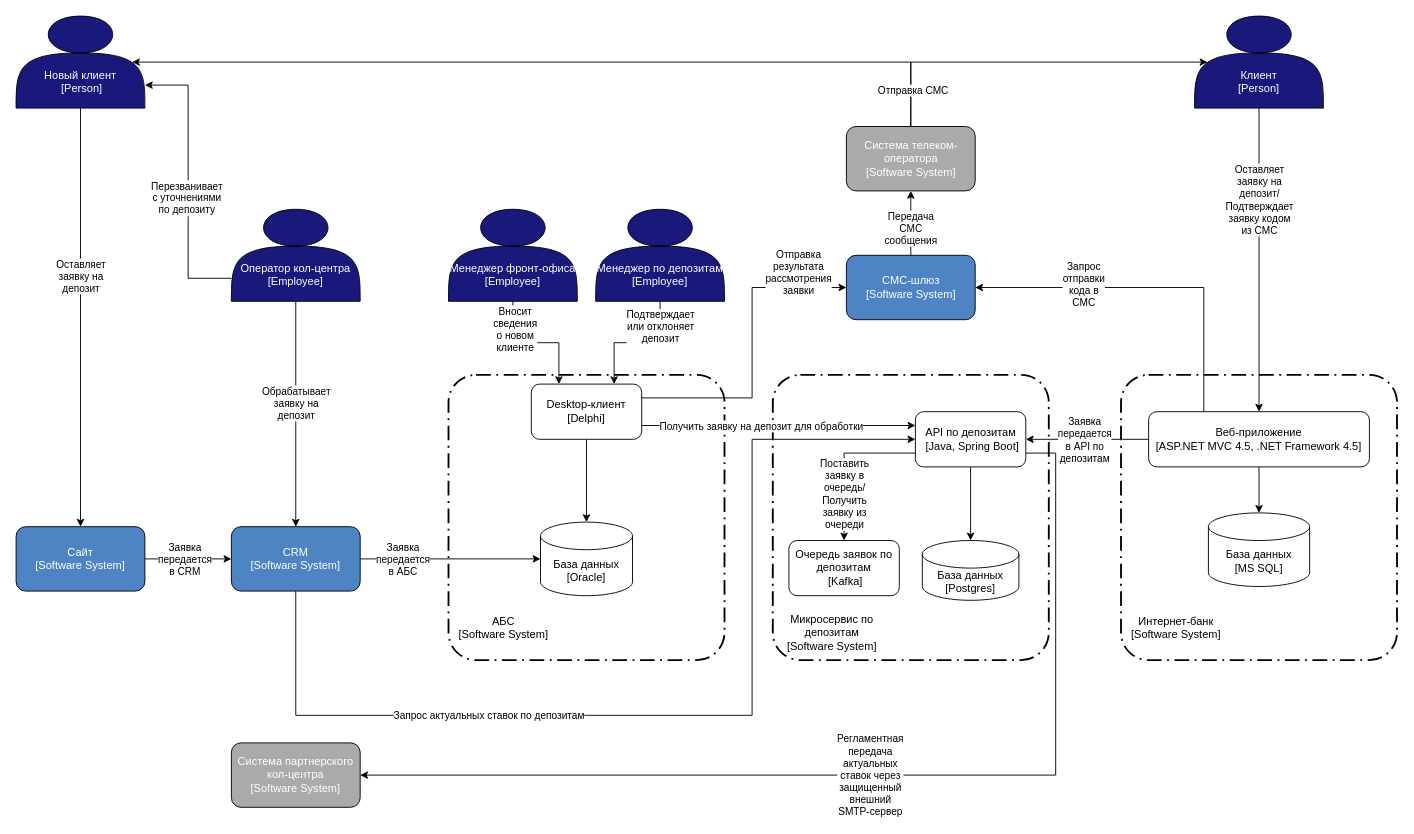
Earlier version of the draw.io diagram Task4/C4Container.drawio (kelwar/architecture-standart). Source tidied: cells renumbered, new cells numbered last; positions are measured from the earlier drawing's top-left corner, leaving out a move shared by most shapes. Both pictures are drawn from the tidied source at 92%, with x=0, y=0 at pixel (16, 16).
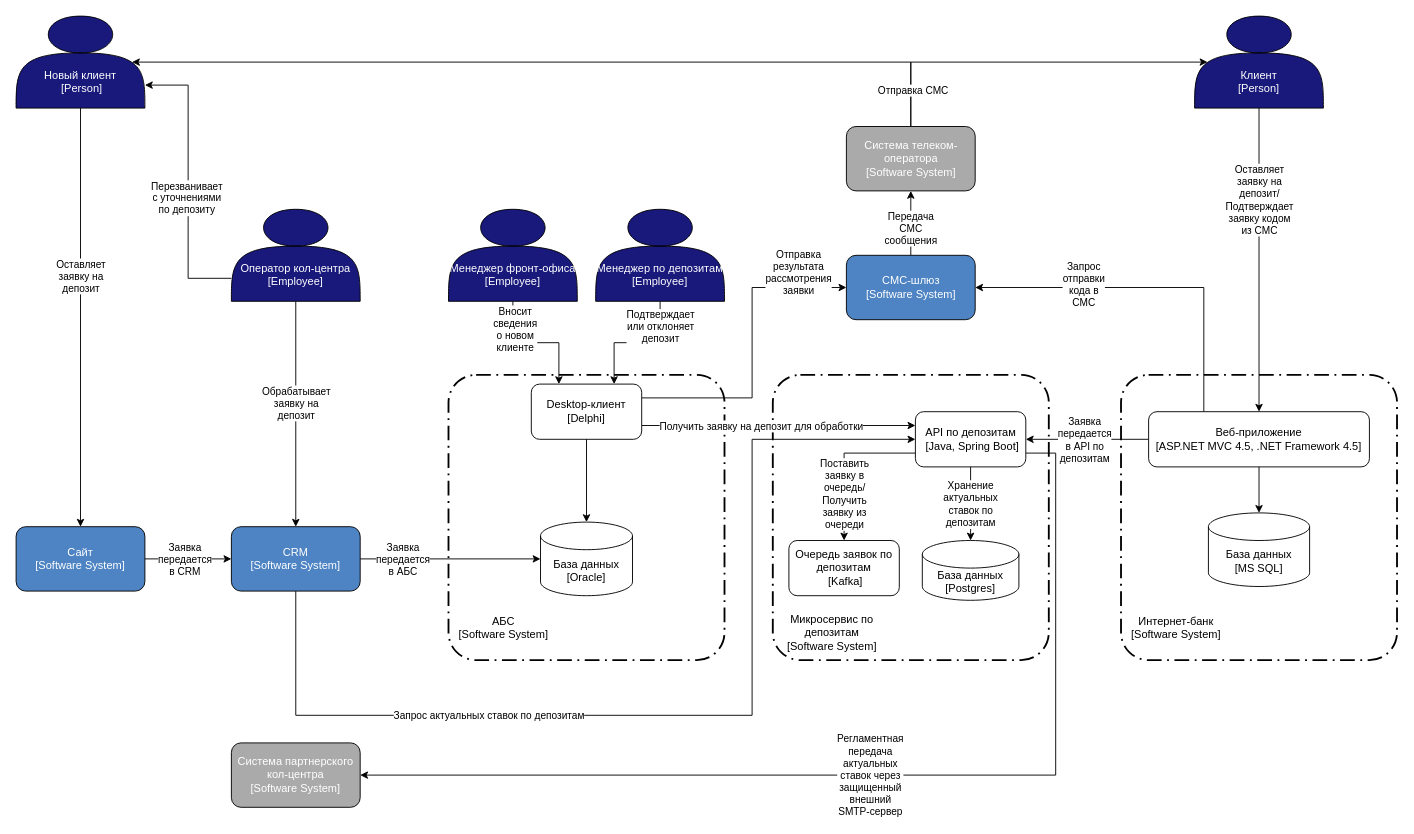
After the change.

Unchanged cells that the change refers to:
```xml
<mxCell id="57" style="edgeStyle=orthogonalEdgeStyle;rounded=0;jettySize=auto;html=1;exitX=0.5;exitY=1;exitDx=0;exitDy=0;entryX=0.5;entryY=0;entryDx=0;entryDy=0;entryPerimeter=0;" parent="1" edge="1" source="54" target="55">
  <mxGeometry relative="1" as="geometry" />
</mxCell>
```

Diff of the diagram source:
```diff
@@
+    <mxCell id="64" value="Хранение актуальных ставок по депозитам" style="edgeLabel;html=1;align=center;verticalAlign=middle;whiteSpace=wrap;" parent="57" vertex="1">
+      <mxGeometry x="-0.23" y="2" relative="1" as="geometry">
+        <mxPoint x="-2" y="9" as="offset" />
+      </mxGeometry>
+    </mxCell>
```
